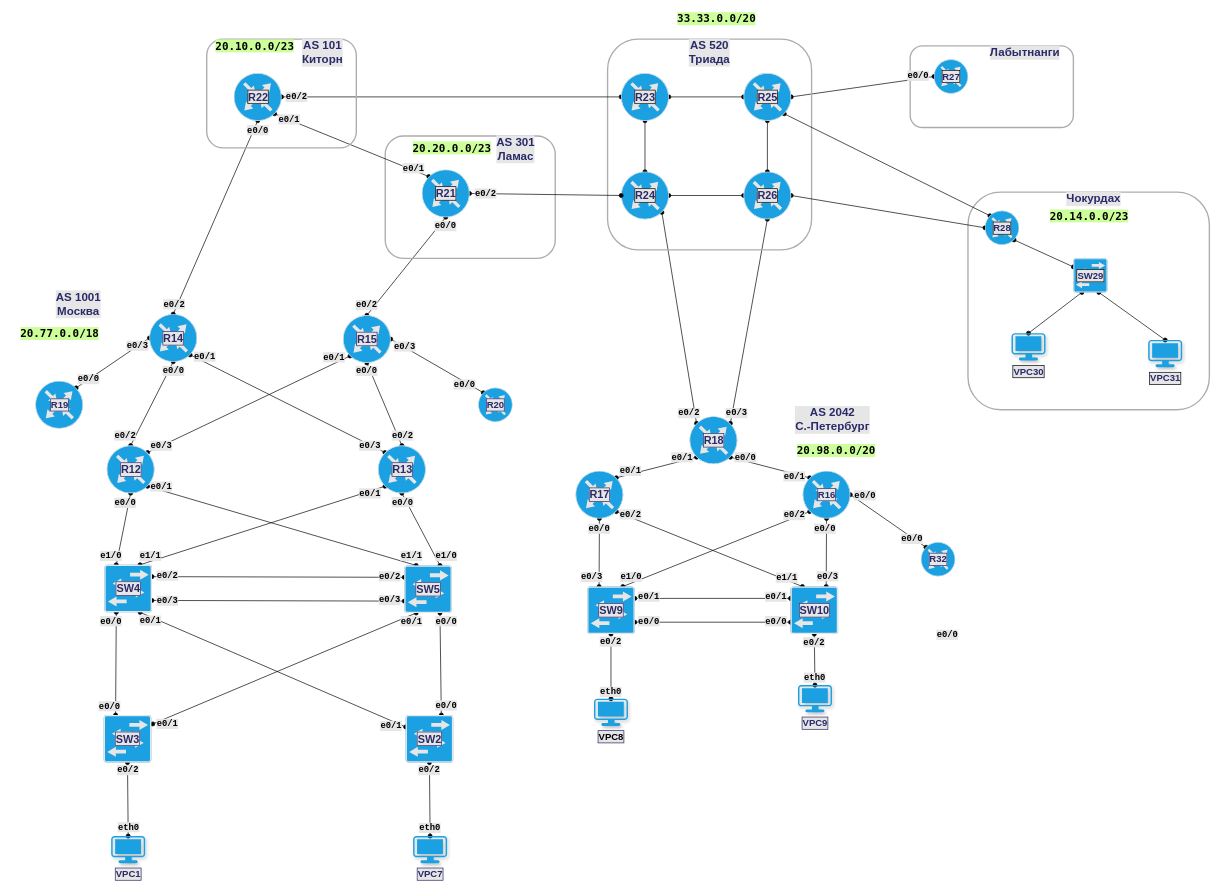
Before: Labworks/Lab_04/Labs_Network.drawio in lazarevia/NetEngineer, a draw.io diagram. Source tidied: cells renumbered, new cells numbered last; positions are measured from the earlier drawing's top-left corner, leaving out a move shared by most shapes. Both pictures are drawn from the tidied source at 68%, with x=0, y=0 at pixel (12, 12).
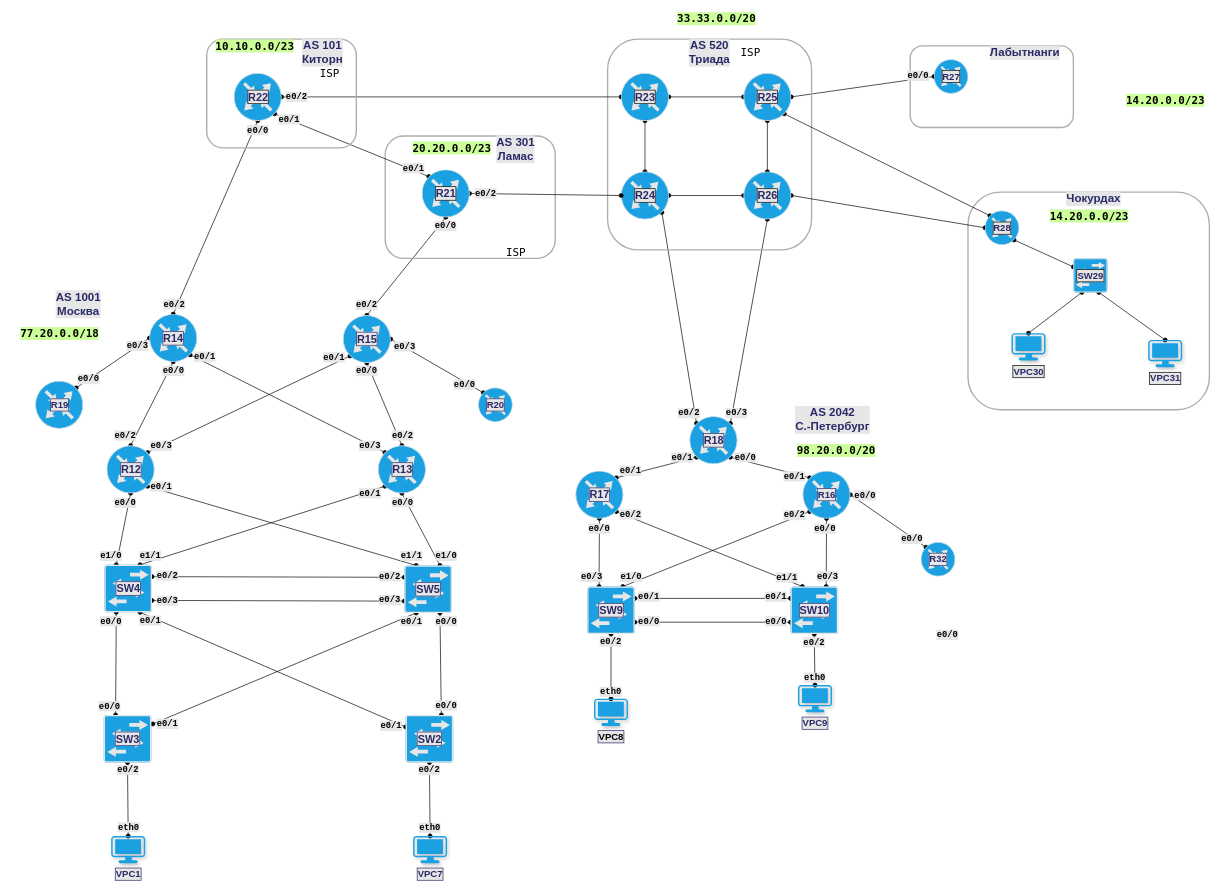
Above is the later version.

Unchanged cells that the change refers to:
```xml
<mxCell id="19" style="group;" parent="1" vertex="1">
  <mxGeometry x="1406" y="265" width="355" height="320" as="geometry" />
</mxCell>
<mxCell id="23" style="group;" parent="1" vertex="1">
  <mxGeometry x="876" y="40" width="300" height="310" as="geometry" />
</mxCell>
<mxCell id="130" style="group;" parent="1" vertex="1">
  <mxGeometry x="286.5" y="40" width="220" height="160" as="geometry" />
</mxCell>
```

Change to the diagram source:
```diff
@@
-    <mxCell id="22" value="&lt;span style=&quot;background-color: rgb(204 , 255 , 153)&quot;&gt;20.14.0.0/23&lt;/span&gt;" style="text;html=1;align=center;verticalAlign=middle;fontSize=16;fontFamily=Lucida Console;fontColor=#000000;fontStyle=1;" parent="19" vertex="1">
+    <mxCell id="22" value="&lt;span style=&quot;background-color: rgb(204 , 255 , 153)&quot;&gt;14.20.0.0/23&lt;/span&gt;" style="text;html=1;align=center;verticalAlign=middle;fontSize=16;fontFamily=Lucida Console;fontColor=#000000;fontStyle=1;" parent="19" vertex="1">
       <mxGeometry x="107.5" y="25" width="140" height="20" as="geometry" />
     </mxCell>
@@
+    <mxCell id="193" value="ISP" style="text;html=1;align=center;verticalAlign=middle;fontSize=16;fontFamily=Lucida Console;fontColor=#000000;" parent="23" vertex="1">
+      <mxGeometry x="190" y="10" width="40" height="20" as="geometry" />
+    </mxCell>
@@
-    <mxCell id="138" value="20.10.0.0/23" style="text;html=1;align=center;verticalAlign=middle;fontSize=16;fontFamily=Lucida Console;fontColor=#000000;labelBackgroundColor=#CCFF99;fontStyle=1;" parent="130" vertex="1">
+    <mxCell id="138" value="10.10.0.0/23" style="text;html=1;align=center;verticalAlign=middle;fontSize=16;fontFamily=Lucida Console;fontColor=#000000;labelBackgroundColor=#CCFF99;fontStyle=1;" parent="130" vertex="1">
       <mxGeometry width="140" height="20" as="geometry" />
     </mxCell>
+    <mxCell id="194" value="ISP" style="text;html=1;align=center;verticalAlign=middle;fontSize=16;fontFamily=Lucida Console;fontColor=#000000;" parent="130" vertex="1">
+      <mxGeometry x="160" y="40" width="40" height="20" as="geometry" />
+    </mxCell>
@@
-    <mxCell id="143" value="&lt;span style=&quot;background-color: rgb(204 , 255 , 153)&quot;&gt;20.77.0.0/18&lt;/span&gt;" style="text;html=1;align=center;verticalAlign=middle;fontSize=16;fontFamily=Lucida Console;fontColor=#000000;fontStyle=1;" parent="1" vertex="1">
+    <mxCell id="143" value="&lt;span style=&quot;background-color: rgb(204 , 255 , 153)&quot;&gt;77.20.0.0/18&lt;/span&gt;" style="text;html=1;align=center;verticalAlign=middle;fontSize=16;fontFamily=Lucida Console;fontColor=#000000;fontStyle=1;" parent="1" vertex="1">
       <mxGeometry x="-0.4" y="462.5" width="140" height="20" as="geometry" />
     </mxCell>
@@
-    <mxCell id="151" value="&lt;span style=&quot;background-color: rgb(204 , 255 , 153)&quot;&gt;&lt;span&gt;20.98.0.0/20&lt;/span&gt;&lt;/span&gt;" style="text;html=1;align=center;verticalAlign=middle;fontSize=16;fontFamily=Lucida Console;fontColor=#000000;fontStyle=1;" parent="1" vertex="1">
+    <mxCell id="151" value="&lt;span style=&quot;background-color: rgb(204 , 255 , 153)&quot;&gt;&lt;span&gt;98.20.0.0/20&lt;/span&gt;&lt;/span&gt;" style="text;html=1;align=center;verticalAlign=middle;fontSize=16;fontFamily=Lucida Console;fontColor=#000000;fontStyle=1;" parent="1" vertex="1">
       <mxGeometry x="1141.8" y="635" width="140" height="20" as="geometry" />
     </mxCell>
@@
+    <mxCell id="195" value="ISP" style="text;html=1;align=center;verticalAlign=middle;fontSize=16;fontFamily=Lucida Console;fontColor=#000000;" parent="1" vertex="1">
+      <mxGeometry x="721" y="342.5" width="40" height="20" as="geometry" />
+    </mxCell>
+    <mxCell id="196" value="&lt;span style=&quot;background-color: rgb(204 , 255 , 153)&quot;&gt;14.20.0.0/23&lt;/span&gt;" style="text;html=1;align=center;verticalAlign=middle;fontSize=16;fontFamily=Lucida Console;fontColor=#000000;fontStyle=1;" parent="1" vertex="1">
+      <mxGeometry x="1626" y="120" width="140" height="20" as="geometry" />
+    </mxCell>
```
